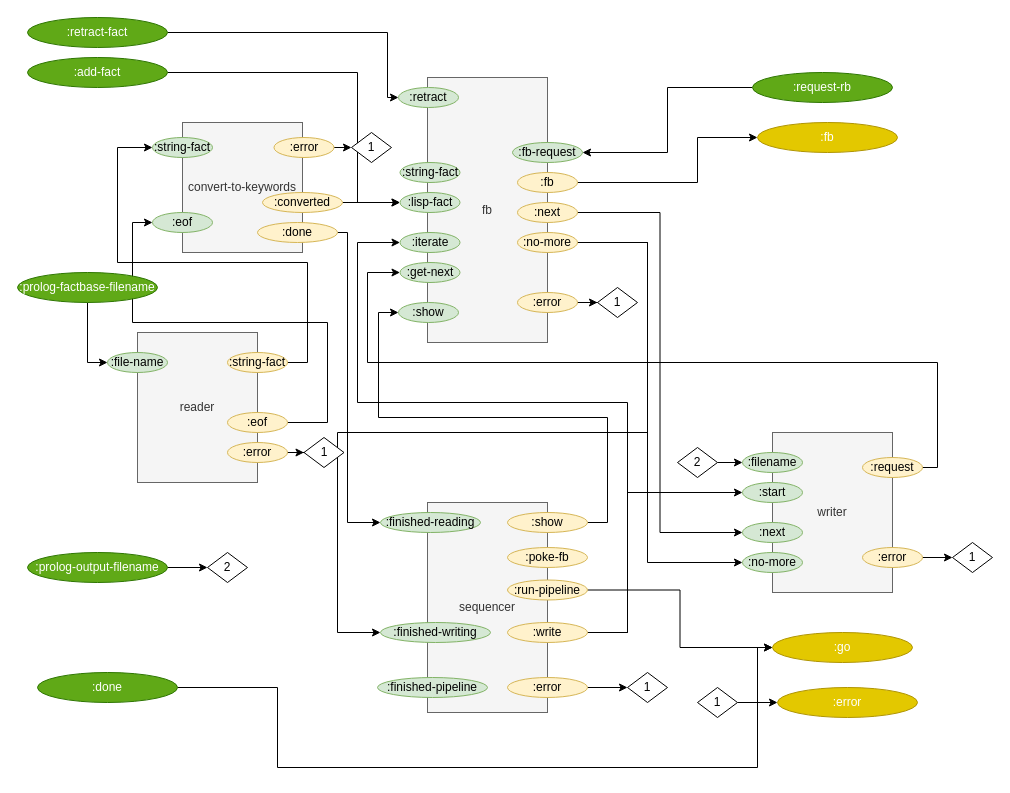
This is page "Compiler test bed" (4 of 10) of svg/cl-compiler/doc/compiler-test-bed.drawio from bmfbp/bmfbp, a draw.io file, before an edit. Source tidied: cells renumbered, new cells numbered last; positions are measured from the earlier drawing's top-left corner, leaving out a move shared by most shapes. Both pictures are drawn from the tidied source at 100%, with x=0, y=0 at pixel (17, 17).
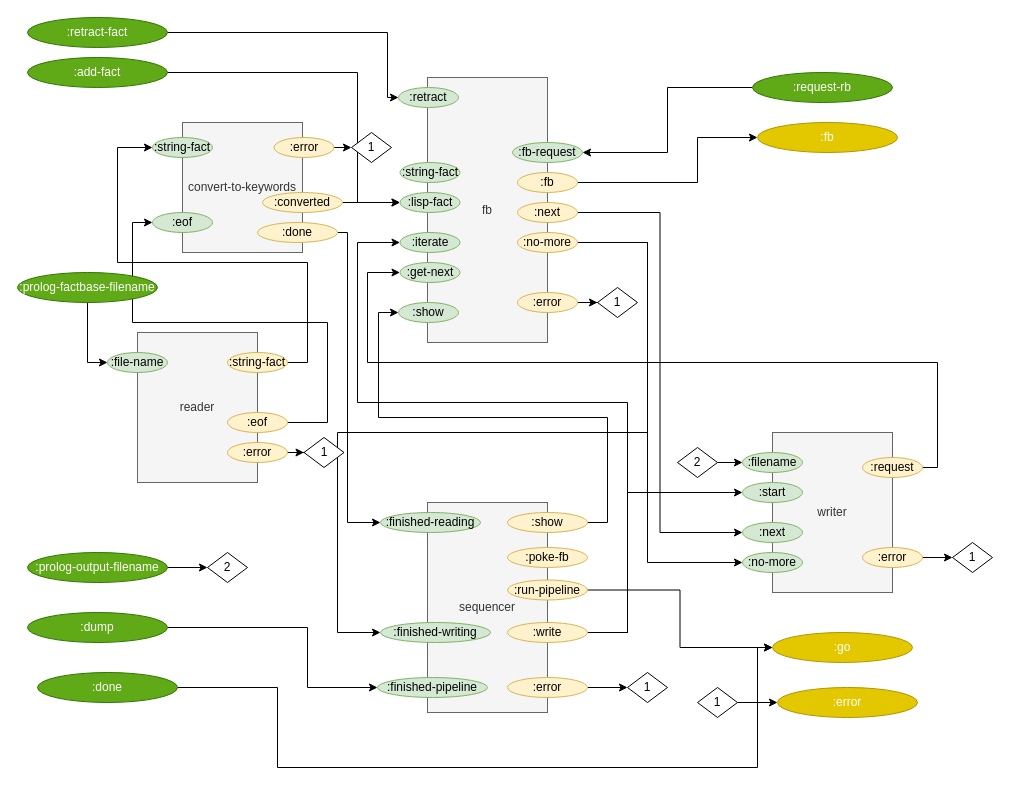
Above is the later version.

Commit message (it also covers changes not shown here):
dump factbase to test.prolog at end of run

Unchanged cells that the change refers to:
```xml
<mxCell id="58" value=":finished-pipeline" style="ellipse;whiteSpace=wrap;html=1;fillColor=#d5e8d4;strokeColor=#82b366;" parent="1" vertex="1">
  <mxGeometry x="360" y="660" width="110" height="20" as="geometry" />
</mxCell>
```

What changed in the source:
```diff
@@
+    <mxCell id="84" style="edgeStyle=orthogonalEdgeStyle;rounded=0;jettySize=auto;html=1;exitX=1;exitY=0.5;exitDx=0;exitDy=0;entryX=0;entryY=0.5;entryDx=0;entryDy=0;" parent="1" edge="1" source="85" target="58">
+      <mxGeometry relative="1" as="geometry">
+        <Array as="points">
+          <mxPoint x="290" y="610" />
+          <mxPoint x="290" y="670" />
+        </Array>
+      </mxGeometry>
+    </mxCell>
+    <mxCell id="85" value=":dump" style="ellipse;whiteSpace=wrap;html=1;fillColor=#60a917;strokeColor=#2D7600;fontColor=#ffffff;" parent="1" vertex="1">
+      <mxGeometry x="10" y="595" width="140" height="30" as="geometry" />
+    </mxCell>
```
